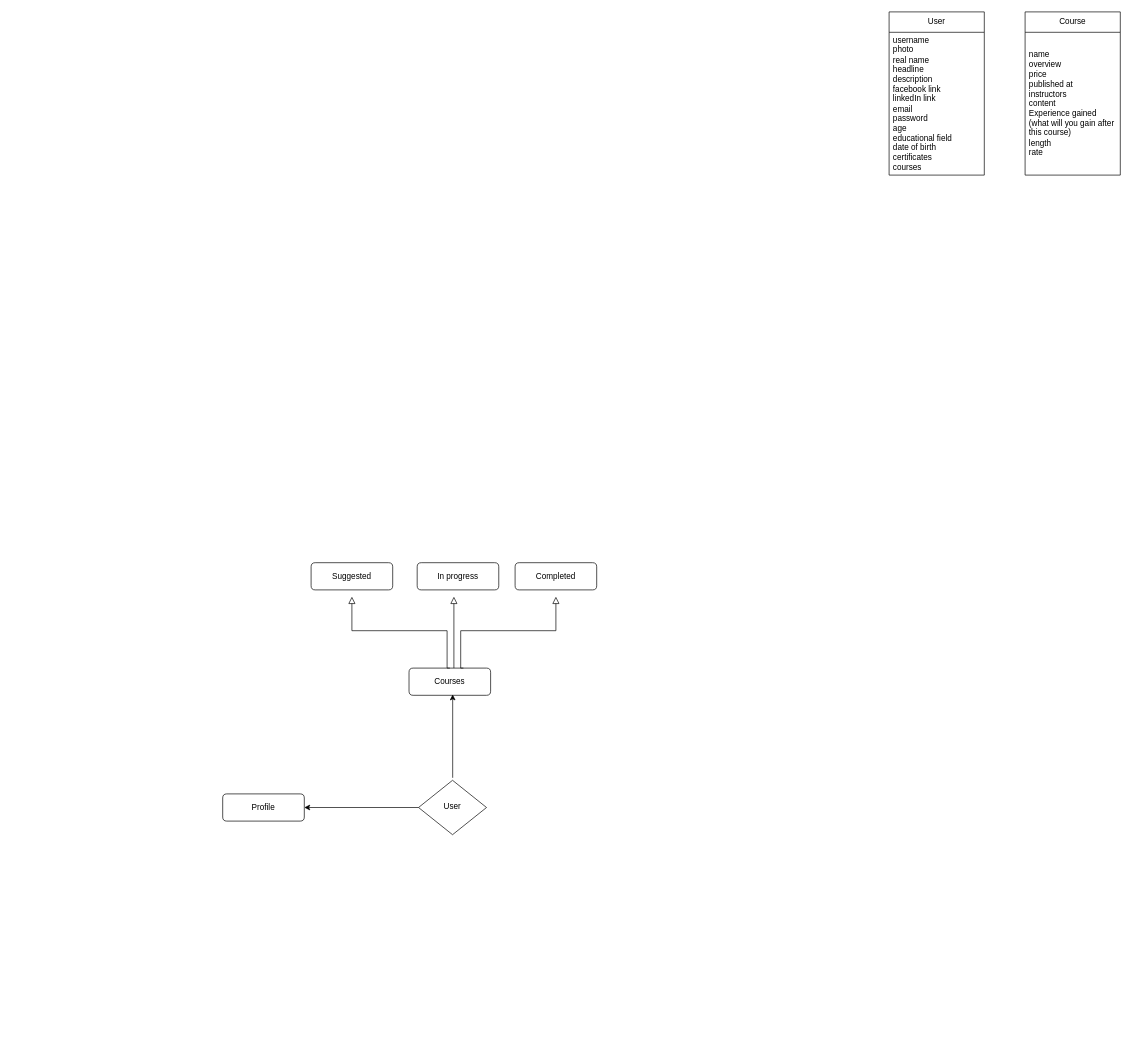
Above: Untitled Diagram.drawio in LearnXperience/Diagrams (draw.io), before the change. Source tidied: cells renumbered, new cells numbered last; positions are measured from the earlier drawing's top-left corner, leaving out a move shared by most shapes. Both pictures are drawn from the tidied source at 68%, with x=0, y=0 at pixel (222, 12).
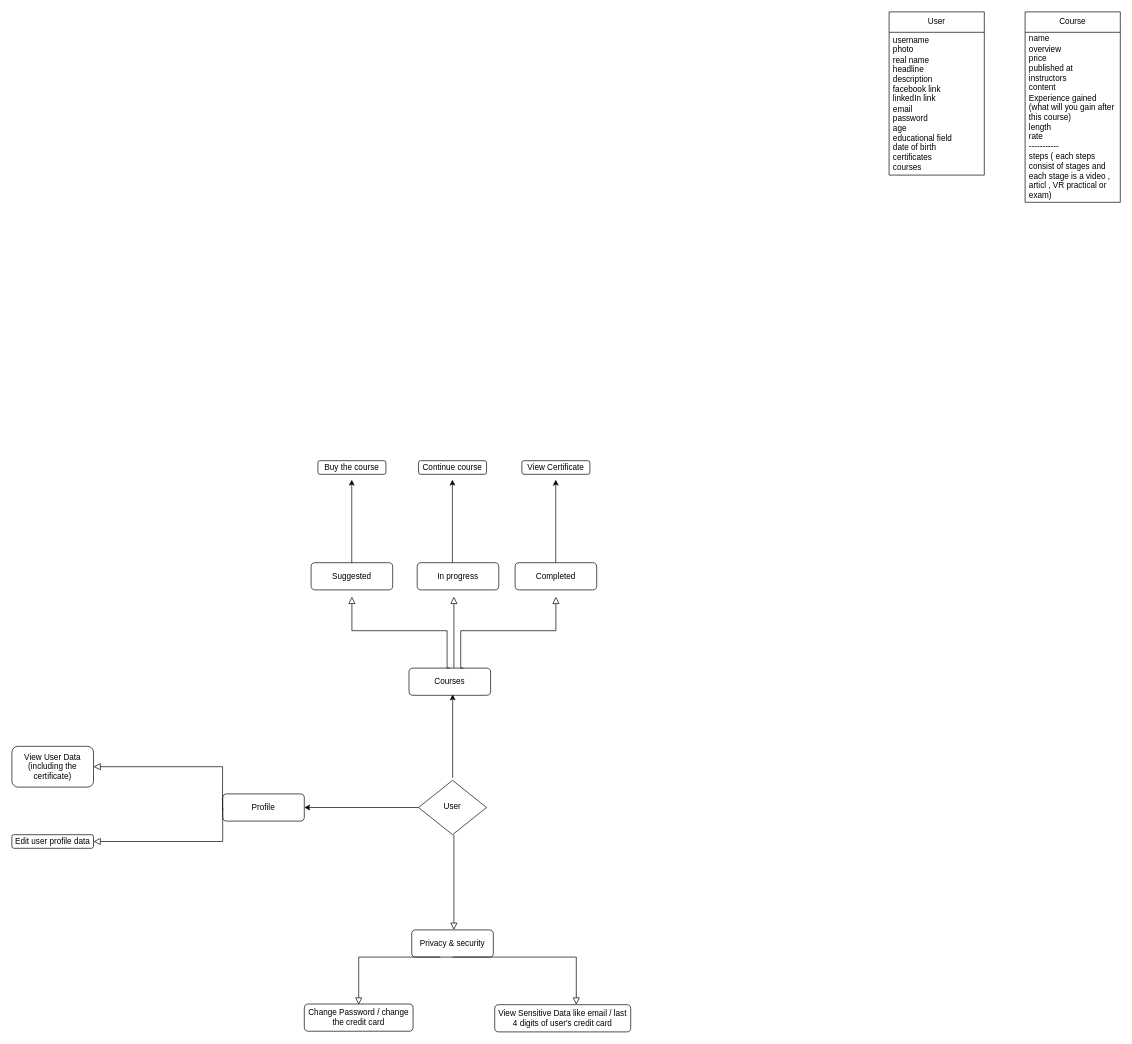
The same diagram, later.

The change refers to these unchanged cells:
```xml
<mxCell id="12" value="Profile" style="rounded=1;whiteSpace=wrap;html=1;fontSize=12;glass=0;strokeWidth=1;shadow=0;" parent="1" vertex="1">
  <mxGeometry y="1150" width="120" height="40" as="geometry" />
</mxCell>
```

What changed in the source:
```diff
@@
     <mxCell id="15" value="Course" style="swimlane;fontStyle=0;horizontal=1;startSize=30;whiteSpace=wrap;html=1;" parent="1" vertex="1">
-      <mxGeometry x="1180" width="140" height="240" as="geometry" />
+      <mxGeometry x="1180" width="140" height="280" as="geometry" />
     </mxCell>
-    <mxCell id="16" value="name&lt;br&gt;overview&lt;br&gt;price&lt;br&gt;published at&lt;br&gt;instructors&lt;br&gt;content&lt;br&gt;Experience gained (what will you gain after this course)&lt;br&gt;length&lt;br&gt;rate&lt;br&gt;" style="text;strokeColor=none;fillColor=none;align=left;verticalAlign=middle;spacingLeft=4;spacingRight=4;overflow=hidden;whiteSpace=wrap;html=1;" parent="15" vertex="1">
-      <mxGeometry y="30" width="140" height="210" as="geometry" />
+    <mxCell id="16" value="name&lt;br&gt;overview&lt;br&gt;price&lt;br&gt;published at&lt;br&gt;instructors&lt;br&gt;content&lt;br&gt;Experience gained (what will you gain after this course)&lt;br&gt;length&lt;br&gt;rate&lt;br&gt;-----------&lt;br&gt;steps ( each steps consist of stages and each stage is a video , articl , VR practical or exam)" style="text;strokeColor=none;fillColor=none;align=left;verticalAlign=middle;spacingLeft=4;spacingRight=4;overflow=hidden;whiteSpace=wrap;html=1;" parent="15" vertex="1">
+      <mxGeometry y="30" width="140" height="250" as="geometry" />
     </mxCell>
+    <mxCell id="17" style="endArrow=classic;html=1;rounded=0;exitX=0.502;exitY=-0.046;exitDx=0;exitDy=0;exitPerimeter=0;entryX=0.535;entryY=0.969;entryDx=0;entryDy=0;entryPerimeter=0;" parent="1" edge="1">
+      <mxGeometry relative="1" as="geometry">
+        <mxPoint x="489.8" y="810" as="sourcePoint" />
+        <mxPoint x="489.8" y="688" as="targetPoint" />
+      </mxGeometry>
+    </mxCell>
+    <mxCell id="18" value="View Certificate" style="rounded=1;whiteSpace=wrap;html=1;fontSize=12;glass=0;strokeWidth=1;shadow=0;" parent="1" vertex="1">
+      <mxGeometry x="440" y="660" width="100" height="20" as="geometry" />
+    </mxCell>
+    <mxCell id="19" style="endArrow=classic;html=1;rounded=0;exitX=0.502;exitY=-0.046;exitDx=0;exitDy=0;exitPerimeter=0;entryX=0.535;entryY=0.969;entryDx=0;entryDy=0;entryPerimeter=0;" parent="1" edge="1">
+      <mxGeometry relative="1" as="geometry">
+        <mxPoint x="337.8" y="810" as="sourcePoint" />
+        <mxPoint x="337.8" y="688" as="targetPoint" />
+      </mxGeometry>
+    </mxCell>
+    <mxCell id="20" value="Continue course" style="rounded=1;whiteSpace=wrap;html=1;fontSize=12;glass=0;strokeWidth=1;shadow=0;" parent="1" vertex="1">
+      <mxGeometry x="288" y="660" width="100" height="20" as="geometry" />
+    </mxCell>
+    <mxCell id="21" style="endArrow=classic;html=1;rounded=0;exitX=0.502;exitY=-0.046;exitDx=0;exitDy=0;exitPerimeter=0;entryX=0.535;entryY=0.969;entryDx=0;entryDy=0;entryPerimeter=0;" parent="1" edge="1">
+      <mxGeometry relative="1" as="geometry">
+        <mxPoint x="189.8" y="810" as="sourcePoint" />
+        <mxPoint x="189.8" y="688" as="targetPoint" />
+      </mxGeometry>
+    </mxCell>
+    <mxCell id="22" value="Buy the course" style="rounded=1;whiteSpace=wrap;html=1;fontSize=12;glass=0;strokeWidth=1;shadow=0;" parent="1" vertex="1">
+      <mxGeometry x="140" y="660" width="100" height="20" as="geometry" />
+    </mxCell>
+    <mxCell id="23" style="edgeStyle=orthogonalEdgeStyle;rounded=0;html=1;jettySize=auto;fontSize=11;endArrow=block;endFill=0;endSize=8;strokeWidth=1;shadow=0;labelBackgroundColor=none;exitX=-0.002;exitY=0.585;exitDx=0;exitDy=0;exitPerimeter=0;" parent="1" edge="1" source="12">
+      <mxGeometry y="10" relative="1" as="geometry">
+        <mxPoint x="-190" y="1110" as="targetPoint" />
+        <Array as="points">
+          <mxPoint y="1110" />
+          <mxPoint x="-190" y="1110" />
+        </Array>
+      </mxGeometry>
+    </mxCell>
+    <mxCell id="24" style="edgeStyle=orthogonalEdgeStyle;rounded=0;html=1;jettySize=auto;fontSize=11;endArrow=block;endFill=0;endSize=8;strokeWidth=1;shadow=0;labelBackgroundColor=none;exitX=0;exitY=0.5;exitDx=0;exitDy=0;" parent="1" edge="1" source="12">
+      <mxGeometry y="10" relative="1" as="geometry">
+        <mxPoint x="-190" y="1220" as="targetPoint" />
+        <Array as="points">
+          <mxPoint y="1220" />
+          <mxPoint x="-190" y="1220" />
+        </Array>
+      </mxGeometry>
+    </mxCell>
+    <mxCell id="25" value="View User Data&lt;br&gt;(including the certificate)" style="rounded=1;whiteSpace=wrap;html=1;fontSize=12;glass=0;strokeWidth=1;shadow=0;" parent="1" vertex="1">
+      <mxGeometry x="-310" y="1080" width="120" height="60" as="geometry" />
+    </mxCell>
+    <mxCell id="26" value="Edit user profile data" style="rounded=1;whiteSpace=wrap;html=1;fontSize=12;glass=0;strokeWidth=1;shadow=0;" parent="1" vertex="1">
+      <mxGeometry x="-310" y="1210" width="120" height="20" as="geometry" />
+    </mxCell>
+    <mxCell id="27" style="edgeStyle=orthogonalEdgeStyle;rounded=0;html=1;jettySize=auto;orthogonalLoop=1;fontSize=11;endArrow=block;endFill=0;endSize=8;strokeWidth=1;shadow=0;labelBackgroundColor=none;" parent="1" edge="1">
+      <mxGeometry y="10" relative="1" as="geometry">
+        <mxPoint x="340" y="1210" as="sourcePoint" />
+        <mxPoint x="340" y="1350" as="targetPoint" />
+        <Array as="points">
+          <mxPoint x="340" y="1330" />
+          <mxPoint x="340" y="1330" />
+        </Array>
+      </mxGeometry>
+    </mxCell>
+    <mxCell id="28" value="Privacy &amp;amp; security" style="rounded=1;whiteSpace=wrap;html=1;fontSize=12;glass=0;strokeWidth=1;shadow=0;" parent="1" vertex="1">
+      <mxGeometry x="278" y="1350" width="120" height="40" as="geometry" />
+    </mxCell>
+    <mxCell id="29" style="edgeStyle=orthogonalEdgeStyle;rounded=0;html=1;jettySize=auto;orthogonalLoop=1;fontSize=11;endArrow=block;endFill=0;endSize=8;strokeWidth=1;shadow=0;labelBackgroundColor=none;exitX=0;exitY=0.5;exitDx=0;exitDy=0;" parent="1" edge="1">
+      <mxGeometry y="10" relative="1" as="geometry">
+        <mxPoint x="320" y="1390" as="sourcePoint" />
+        <mxPoint x="200" y="1460" as="targetPoint" />
+        <Array as="points">
+          <mxPoint x="200" y="1390" />
+        </Array>
+      </mxGeometry>
+    </mxCell>
+    <mxCell id="30" value="Change Password / change the credit card" style="rounded=1;whiteSpace=wrap;html=1;fontSize=12;glass=0;strokeWidth=1;shadow=0;" parent="1" vertex="1">
+      <mxGeometry x="120" y="1459" width="160" height="40" as="geometry" />
+    </mxCell>
+    <mxCell id="31" style="edgeStyle=orthogonalEdgeStyle;rounded=0;html=1;jettySize=auto;fontSize=11;endArrow=block;endFill=0;endSize=8;strokeWidth=1;shadow=0;labelBackgroundColor=none;exitX=0.5;exitY=1;exitDx=0;exitDy=0;" parent="1" edge="1" source="28">
+      <mxGeometry y="10" relative="1" as="geometry">
+        <mxPoint x="520" y="1460" as="targetPoint" />
+        <Array as="points">
+          <mxPoint x="520" y="1390" />
+        </Array>
+      </mxGeometry>
+    </mxCell>
+    <mxCell id="32" value="View Sensitive Data like email / last 4 digits of user's credit card" style="rounded=1;whiteSpace=wrap;html=1;fontSize=12;glass=0;strokeWidth=1;shadow=0;" parent="1" vertex="1">
+      <mxGeometry x="400" y="1460" width="200" height="40" as="geometry" />
+    </mxCell>
```
